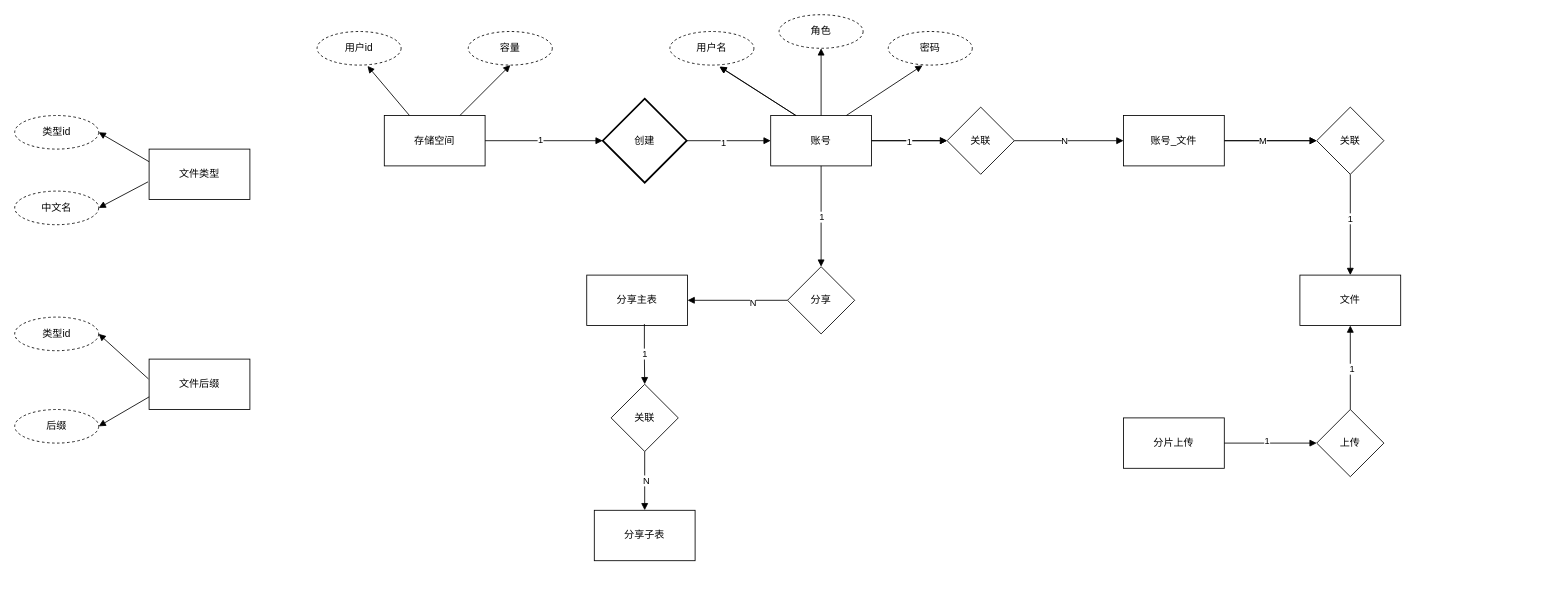
Earlier version of the draw.io diagram AI网盘数据库ER图.drawio (ChengziMao/diagrams). Source tidied: cells renumbered, new cells numbered last; positions are measured from the earlier drawing's top-left corner, leaving out a move shared by most shapes. Both pictures are drawn from the tidied source at 84%, with x=0, y=0 at pixel (14, 14).
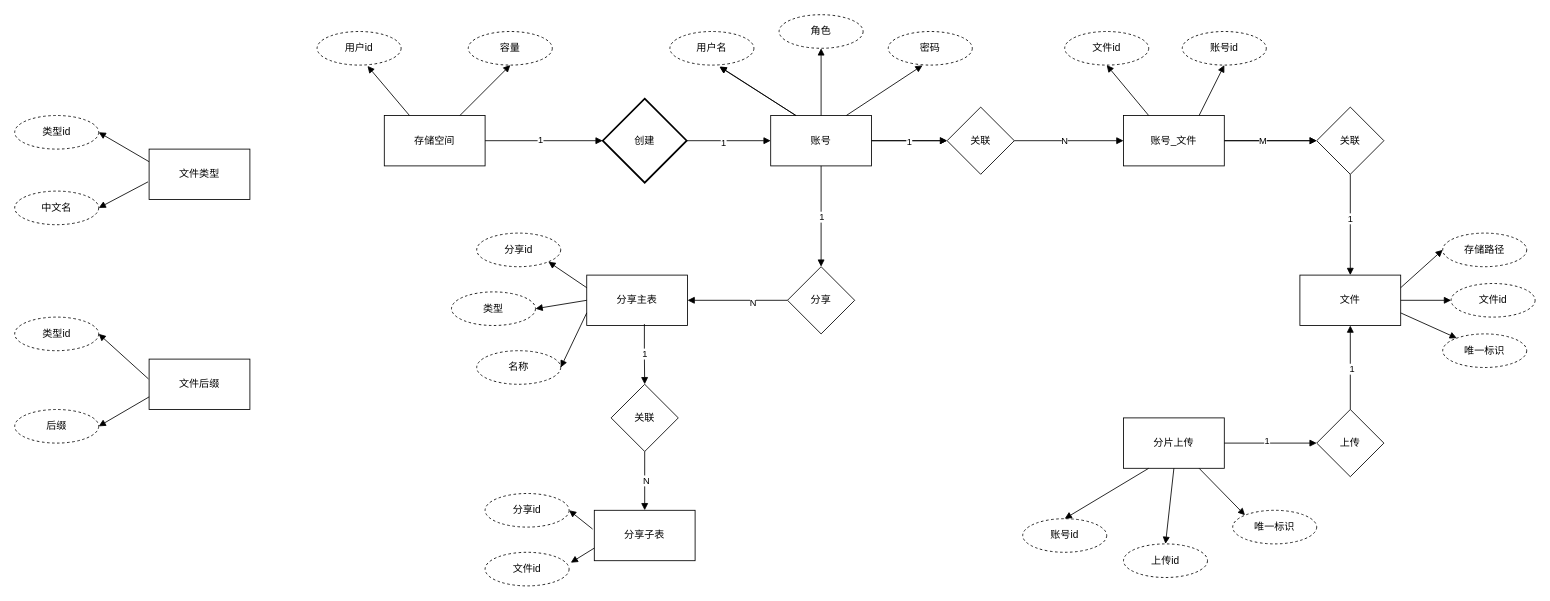
The same page after the edit.

Commit message (it also covers changes not shown here):
更新AI网盘数据库ER图.drawio

Unchanged cells that the change refers to:
```xml
<mxCell id="30" value="账号_文件" style="rounded=0;whiteSpace=wrap;html=1;" parent="1" vertex="1">
  <mxGeometry x="1320" y="120" width="120" height="60" as="geometry" />
</mxCell>
<mxCell id="34" value="文件" style="rounded=0;whiteSpace=wrap;html=1;" parent="1" vertex="1">
  <mxGeometry x="1530" y="310" width="120" height="60" as="geometry" />
</mxCell>
<mxCell id="40" value="分片上传" style="rounded=0;whiteSpace=wrap;html=1;" parent="1" vertex="1">
  <mxGeometry x="1320" y="480" width="120" height="60" as="geometry" />
</mxCell>
<mxCell id="46" value="分享主表" style="rounded=0;whiteSpace=wrap;html=1;" parent="1" vertex="1">
  <mxGeometry x="681" y="310" width="120" height="60" as="geometry" />
</mxCell>
<mxCell id="49" value="分享子表" style="rounded=0;whiteSpace=wrap;html=1;" parent="1" vertex="1">
  <mxGeometry x="690" y="590" width="120" height="60" as="geometry" />
</mxCell>
```

What changed in the source:
```diff
@@
+    <mxCell id="62" value="文件id" style="ellipse;whiteSpace=wrap;html=1;align=center;dashed=1;" parent="1" vertex="1">
+      <mxGeometry x="1250" y="20" width="100" height="40" as="geometry" />
+    </mxCell>
+    <mxCell id="63" value="账号id" style="ellipse;whiteSpace=wrap;html=1;align=center;dashed=1;" parent="1" vertex="1">
+      <mxGeometry x="1390" y="20" width="100" height="40" as="geometry" />
+    </mxCell>
+    <mxCell id="64" value="存储路径" style="ellipse;whiteSpace=wrap;html=1;align=center;dashed=1;" parent="1" vertex="1">
+      <mxGeometry x="1700" y="260" width="100" height="40" as="geometry" />
+    </mxCell>
+    <mxCell id="65" value="文件id" style="ellipse;whiteSpace=wrap;html=1;align=center;dashed=1;" parent="1" vertex="1">
+      <mxGeometry x="1710" y="320" width="100" height="40" as="geometry" />
+    </mxCell>
+    <mxCell id="66" value="唯一标识" style="ellipse;whiteSpace=wrap;html=1;align=center;dashed=1;" parent="1" vertex="1">
+      <mxGeometry x="1700" y="380" width="100" height="40" as="geometry" />
+    </mxCell>
+    <mxCell id="67" value="账号id" style="ellipse;whiteSpace=wrap;html=1;align=center;dashed=1;" parent="1" vertex="1">
+      <mxGeometry x="1200" y="600" width="100" height="40" as="geometry" />
+    </mxCell>
+    <mxCell id="68" value="上传id" style="ellipse;whiteSpace=wrap;html=1;align=center;dashed=1;" parent="1" vertex="1">
+      <mxGeometry x="1320" y="630" width="100" height="40" as="geometry" />
+    </mxCell>
+    <mxCell id="69" value="唯一标识" style="ellipse;whiteSpace=wrap;html=1;align=center;dashed=1;" parent="1" vertex="1">
+      <mxGeometry x="1450" y="590" width="100" height="40" as="geometry" />
+    </mxCell>
+    <mxCell id="70" value="分享id" style="ellipse;whiteSpace=wrap;html=1;align=center;dashed=1;" parent="1" vertex="1">
+      <mxGeometry x="560" y="570" width="100" height="40" as="geometry" />
+    </mxCell>
+    <mxCell id="71" value="文件id" style="ellipse;whiteSpace=wrap;html=1;align=center;dashed=1;" parent="1" vertex="1">
+      <mxGeometry x="560" y="640" width="100" height="40" as="geometry" />
+    </mxCell>
+    <mxCell id="72" value="分享id" style="ellipse;whiteSpace=wrap;html=1;align=center;dashed=1;" parent="1" vertex="1">
+      <mxGeometry x="550" y="260" width="100" height="40" as="geometry" />
+    </mxCell>
+    <mxCell id="73" value="类型" style="ellipse;whiteSpace=wrap;html=1;align=center;dashed=1;" parent="1" vertex="1">
+      <mxGeometry x="520" y="330" width="100" height="40" as="geometry" />
+    </mxCell>
+    <mxCell id="74" value="名称" style="ellipse;whiteSpace=wrap;html=1;align=center;dashed=1;" parent="1" vertex="1">
+      <mxGeometry x="550" y="400" width="100" height="40" as="geometry" />
+    </mxCell>
+    <mxCell id="75" style="html=1;verticalAlign=bottom;endArrow=block;curved=0;rounded=0;entryX=0.5;entryY=1;entryDx=0;entryDy=0;exitX=0.25;exitY=0;exitDx=0;exitDy=0;" parent="1" edge="1" source="30" target="62">
+      <mxGeometry relative="1" as="geometry" />
+    </mxCell>
+    <mxCell id="76" style="html=1;verticalAlign=bottom;endArrow=block;curved=0;rounded=0;entryX=0.5;entryY=1;entryDx=0;entryDy=0;exitX=0.75;exitY=0;exitDx=0;exitDy=0;" parent="1" edge="1" source="30" target="63">
+      <mxGeometry relative="1" as="geometry" />
+    </mxCell>
+    <mxCell id="77" style="html=1;verticalAlign=bottom;endArrow=block;curved=0;rounded=0;entryX=0;entryY=0.5;entryDx=0;entryDy=0;exitX=1;exitY=0.25;exitDx=0;exitDy=0;" parent="1" edge="1" source="34" target="64">
+      <mxGeometry relative="1" as="geometry" />
+    </mxCell>
+    <mxCell id="78" style="html=1;verticalAlign=bottom;endArrow=block;curved=0;rounded=0;entryX=0;entryY=0.5;entryDx=0;entryDy=0;exitX=1;exitY=0.5;exitDx=0;exitDy=0;" parent="1" edge="1" source="34" target="65">
+      <mxGeometry relative="1" as="geometry" />
+    </mxCell>
+    <mxCell id="79" style="html=1;verticalAlign=bottom;endArrow=block;curved=0;rounded=0;exitX=1;exitY=0.75;exitDx=0;exitDy=0;" parent="1" edge="1" source="34" target="66">
+      <mxGeometry relative="1" as="geometry" />
+    </mxCell>
+    <mxCell id="80" style="html=1;verticalAlign=bottom;endArrow=block;curved=0;rounded=0;exitX=0.75;exitY=1;exitDx=0;exitDy=0;entryX=0;entryY=0;entryDx=0;entryDy=0;" parent="1" edge="1" source="40" target="69">
+      <mxGeometry relative="1" as="geometry" />
+    </mxCell>
+    <mxCell id="81" style="html=1;verticalAlign=bottom;endArrow=block;curved=0;rounded=0;exitX=0.5;exitY=1;exitDx=0;exitDy=0;entryX=0.5;entryY=0;entryDx=0;entryDy=0;" parent="1" edge="1" source="40" target="68">
+      <mxGeometry relative="1" as="geometry" />
+    </mxCell>
+    <mxCell id="82" style="html=1;verticalAlign=bottom;endArrow=block;curved=0;rounded=0;exitX=0.25;exitY=1;exitDx=0;exitDy=0;entryX=0.5;entryY=0;entryDx=0;entryDy=0;" parent="1" edge="1" source="40" target="67">
+      <mxGeometry relative="1" as="geometry" />
+    </mxCell>
+    <mxCell id="83" style="html=1;verticalAlign=bottom;endArrow=block;curved=0;rounded=0;exitX=-0.017;exitY=0.372;exitDx=0;exitDy=0;entryX=1;entryY=0.5;entryDx=0;entryDy=0;exitPerimeter=0;" parent="1" edge="1" source="49" target="70">
+      <mxGeometry relative="1" as="geometry" />
+    </mxCell>
+    <mxCell id="84" style="html=1;verticalAlign=bottom;endArrow=block;curved=0;rounded=0;exitX=0;exitY=0.75;exitDx=0;exitDy=0;entryX=1.02;entryY=0.308;entryDx=0;entryDy=0;entryPerimeter=0;" parent="1" edge="1" source="49" target="71">
+      <mxGeometry relative="1" as="geometry" />
+    </mxCell>
+    <mxCell id="85" style="html=1;verticalAlign=bottom;endArrow=block;curved=0;rounded=0;exitX=0;exitY=0.75;exitDx=0;exitDy=0;entryX=1;entryY=0.5;entryDx=0;entryDy=0;" parent="1" edge="1" source="46" target="74">
+      <mxGeometry relative="1" as="geometry" />
+    </mxCell>
+    <mxCell id="86" style="html=1;verticalAlign=bottom;endArrow=block;curved=0;rounded=0;exitX=0;exitY=0.5;exitDx=0;exitDy=0;entryX=1;entryY=0.5;entryDx=0;entryDy=0;" parent="1" edge="1" source="46" target="73">
+      <mxGeometry relative="1" as="geometry" />
+    </mxCell>
+    <mxCell id="87" style="html=1;verticalAlign=bottom;endArrow=block;curved=0;rounded=0;exitX=0;exitY=0.25;exitDx=0;exitDy=0;entryX=1;entryY=1;entryDx=0;entryDy=0;" parent="1" edge="1" source="46" target="72">
+      <mxGeometry relative="1" as="geometry" />
+    </mxCell>
```
